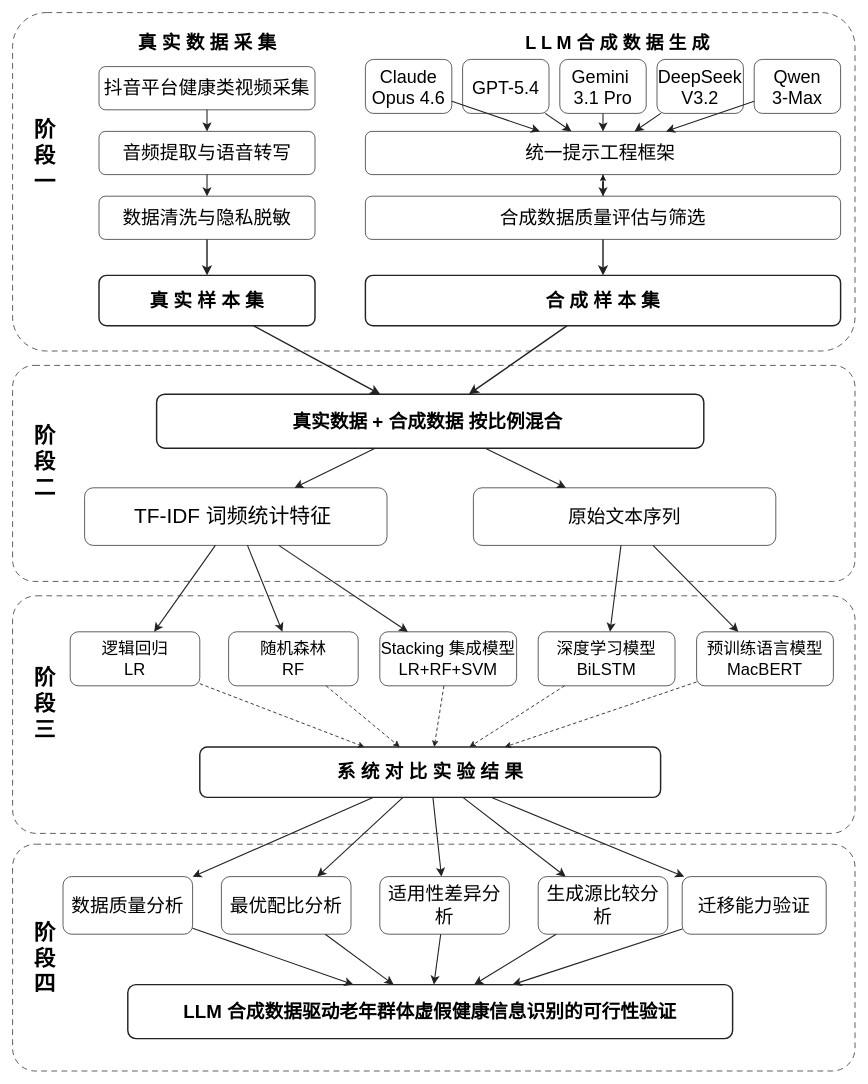
few2022/paper-reading keeps this draw.io diagram as 技术路线图.drawio. Above is the earlier version. Source tidied: cells renumbered, new cells numbered last; positions are measured from the earlier drawing's top-left corner, leaving out a move shared by most shapes. Both pictures are drawn from the tidied source at 72%, with x=0, y=0 at pixel (12, 12).
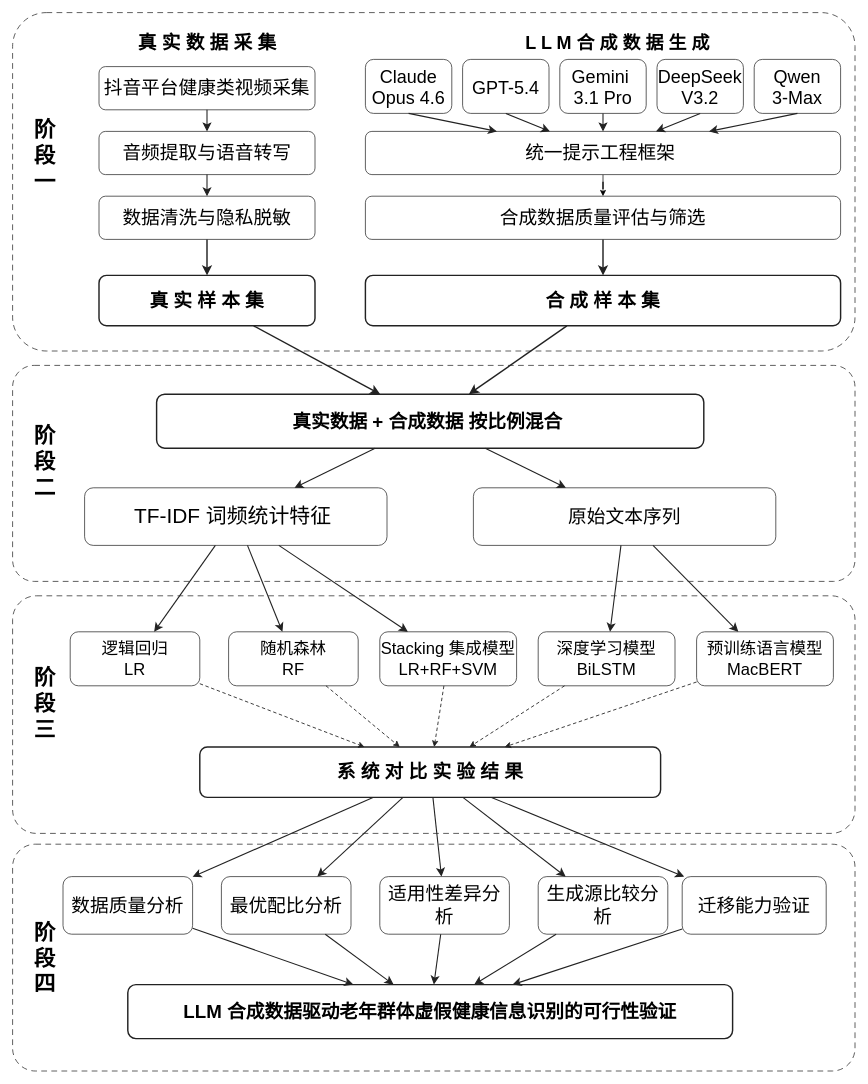
The same page after the edit.

Commit message (it also covers changes not shown here):
更新技术路线图.drawio

Unchanged cells that the change refers to:
```xml
<mxCell id="12" value="Claude Opus 4.6" style="rounded=1;whiteSpace=wrap;html=1;fillColor=#FFFFFF;strokeColor=#222222;fontColor=#000000;fontSize=25;align=center;verticalAlign=middle;arcSize=15;" parent="1" vertex="1">
  <mxGeometry x="490" y="65" width="120" height="75" as="geometry" />
</mxCell>
<mxCell id="13" value="GPT-5.4" style="rounded=1;whiteSpace=wrap;html=1;fillColor=#FFFFFF;strokeColor=#222222;fontColor=#000000;fontSize=25;align=center;verticalAlign=middle;arcSize=15;" parent="1" vertex="1">
  <mxGeometry x="625" y="65" width="120" height="75" as="geometry" />
</mxCell>
<mxCell id="15" value="DeepSeek V3.2" style="rounded=1;whiteSpace=wrap;html=1;fillColor=#FFFFFF;strokeColor=#222222;fontColor=#000000;fontSize=25;align=center;verticalAlign=middle;arcSize=15;" parent="1" vertex="1">
  <mxGeometry x="895" y="65" width="120" height="75" as="geometry" />
</mxCell>
<mxCell id="16" value="Qwen&lt;div&gt;3-Max&lt;/div&gt;" style="rounded=1;whiteSpace=wrap;html=1;fillColor=#FFFFFF;strokeColor=#222222;fontColor=#000000;fontSize=25;align=center;verticalAlign=middle;arcSize=15;" parent="1" vertex="1">
  <mxGeometry x="1030" y="65" width="120" height="75" as="geometry" />
</mxCell>
<mxCell id="17" value="统一提示工程框架&amp;nbsp;" style="rounded=1;whiteSpace=wrap;html=1;fillColor=#FFFFFF;strokeColor=#222222;fontColor=#000000;fontSize=26;align=center;verticalAlign=middle;arcSize=15;" parent="1" vertex="1">
  <mxGeometry x="490" y="165" width="660" height="60" as="geometry" />
</mxCell>
<mxCell id="19" value="合成数据质量评估与筛选" style="rounded=1;whiteSpace=wrap;html=1;fillColor=#FFFFFF;strokeColor=#222222;fontColor=#000000;fontSize=26;align=center;verticalAlign=middle;arcSize=15;" parent="1" vertex="1">
  <mxGeometry x="490" y="255" width="660" height="60" as="geometry" />
</mxCell>
```

What changed in the source:
```diff
@@
+    <mxCell id="26" style="edgeStyle=orthogonalEdgeStyle;rounded=0;jettySize=auto;html=1;" parent="1" edge="1" source="17" target="19">
+      <mxGeometry relative="1" as="geometry" />
+    </mxCell>
@@
-    <mxCell id="18" style="edgeStyle=orthogonalEdgeStyle;rounded=0;jettySize=auto;html=1;fontSize=26;" parent="1" edge="1" source="19" target="17">
-      <mxGeometry relative="1" as="geometry" />
-    </mxCell>
@@
-    <mxCell id="21" style="endArrow=classic;html=1;rounded=0;strokeColor=#222222;strokeWidth=1.5;endSize=8;fontSize=25;" parent="1" edge="1" source="12" target="17">
+    <mxCell id="21" style="endArrow=classic;html=1;rounded=0;strokeColor=#222222;strokeWidth=1.5;endSize=8;fontSize=25;exitX=0.5;exitY=1;exitDx=0;exitDy=0;" parent="1" edge="1" source="12" target="17">
       <mxGeometry relative="1" as="geometry" />
     </mxCell>
-    <mxCell id="22" style="endArrow=classic;html=1;rounded=0;strokeColor=#222222;strokeWidth=1.5;endSize=8;fontSize=25;" parent="1" edge="1" source="13" target="17">
+    <mxCell id="22" style="endArrow=classic;html=1;rounded=0;strokeColor=#222222;strokeWidth=1.5;endSize=8;fontSize=25;exitX=0.5;exitY=1;exitDx=0;exitDy=0;" parent="1" edge="1" source="13" target="17">
       <mxGeometry relative="1" as="geometry" />
     </mxCell>
@@
-    <mxCell id="24" style="endArrow=classic;html=1;rounded=0;strokeColor=#222222;strokeWidth=1.5;endSize=8;fontSize=25;" parent="1" edge="1" source="15" target="17">
+    <mxCell id="24" style="endArrow=classic;html=1;rounded=0;strokeColor=#222222;strokeWidth=1.5;endSize=8;fontSize=25;exitX=0.5;exitY=1;exitDx=0;exitDy=0;" parent="1" edge="1" source="15" target="17">
       <mxGeometry relative="1" as="geometry" />
     </mxCell>
-    <mxCell id="25" style="endArrow=classic;html=1;rounded=0;strokeColor=#222222;strokeWidth=1.5;endSize=8;fontSize=25;" parent="1" edge="1" source="16" target="17">
+    <mxCell id="25" style="endArrow=classic;html=1;rounded=0;strokeColor=#222222;strokeWidth=1.5;endSize=8;fontSize=25;exitX=0.5;exitY=1;exitDx=0;exitDy=0;" parent="1" edge="1" source="16" target="17">
       <mxGeometry relative="1" as="geometry" />
     </mxCell>
-    <mxCell id="26" style="endArrow=classic;html=1;rounded=0;strokeColor=#222222;strokeWidth=1.5;endSize=8;fontSize=26;" parent="1" edge="1" source="17" target="19">
-      <mxGeometry relative="1" as="geometry" />
-    </mxCell>
```
